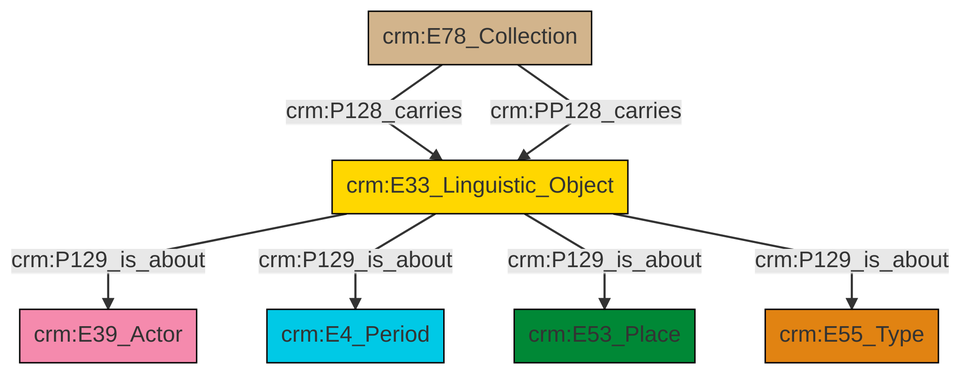
The Mermaid diagram et/archivalCSV/ttl/mmd/png/archival_aboutness.png in swiss-art-research-net/docs.swissartresearch, before a commit. Its source is kept beside it as et/archivalCSV/ttl/mmd/archival_aboutness.ttl.mmd.
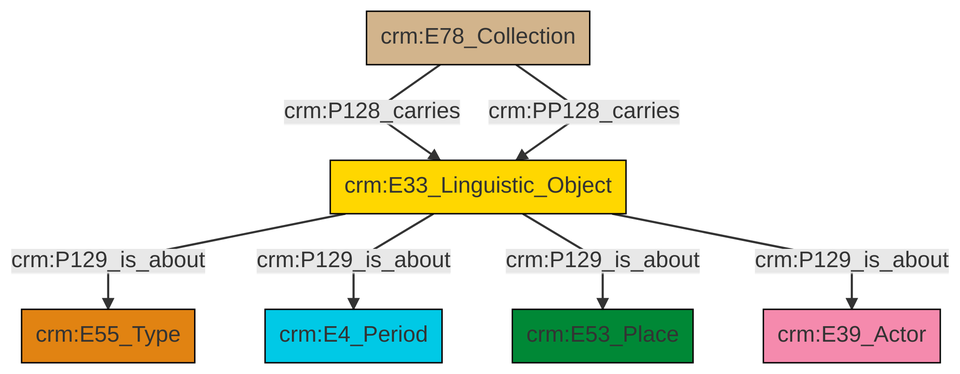
The same file after the commit.

Diff of the diagram source:
```diff
@@ -13,9 +13,9 @@
 classDef PC_Classes fill:#4ce600, stroke:#000000;
 classDef Multi fill:#cccccc,stroke:#000000;
 
-2["crm:E33_Linguistic_Object"]:::Conceptual_Object -->|crm:P129_is_about| 3["crm:E39_Actor"]:::Actor
-0["crm:E78_Collection"]:::Physical_Thing -->|crm:P128_carries| 2["crm:E33_Linguistic_Object"]:::Conceptual_Object
-2["crm:E33_Linguistic_Object"]:::Conceptual_Object -->|crm:P129_is_about| 5["crm:E4_Period"]:::Temporal_Entity
-0["crm:E78_Collection"]:::Physical_Thing -->|crm:PP128_carries| 2["crm:E33_Linguistic_Object"]:::Conceptual_Object
-2["crm:E33_Linguistic_Object"]:::Conceptual_Object -->|crm:P129_is_about| 7["crm:E53_Place"]:::Place
-2["crm:E33_Linguistic_Object"]:::Conceptual_Object -->|crm:P129_is_about| 9["crm:E55_Type"]:::Type
+6["crm:E33_Linguistic_Object"]:::Conceptual_Object -->|crm:P129_is_about| 2["crm:E55_Type"]:::Type
+4["crm:E78_Collection"]:::Physical_Thing -->|crm:P128_carries| 6["crm:E33_Linguistic_Object"]:::Conceptual_Object
+6["crm:E33_Linguistic_Object"]:::Conceptual_Object -->|crm:P129_is_about| 7["crm:E4_Period"]:::Temporal_Entity
+4["crm:E78_Collection"]:::Physical_Thing -->|crm:PP128_carries| 6["crm:E33_Linguistic_Object"]:::Conceptual_Object
+6["crm:E33_Linguistic_Object"]:::Conceptual_Object -->|crm:P129_is_about| 8["crm:E53_Place"]:::Place
+6["crm:E33_Linguistic_Object"]:::Conceptual_Object -->|crm:P129_is_about| 0["crm:E39_Actor"]:::Actor
```
